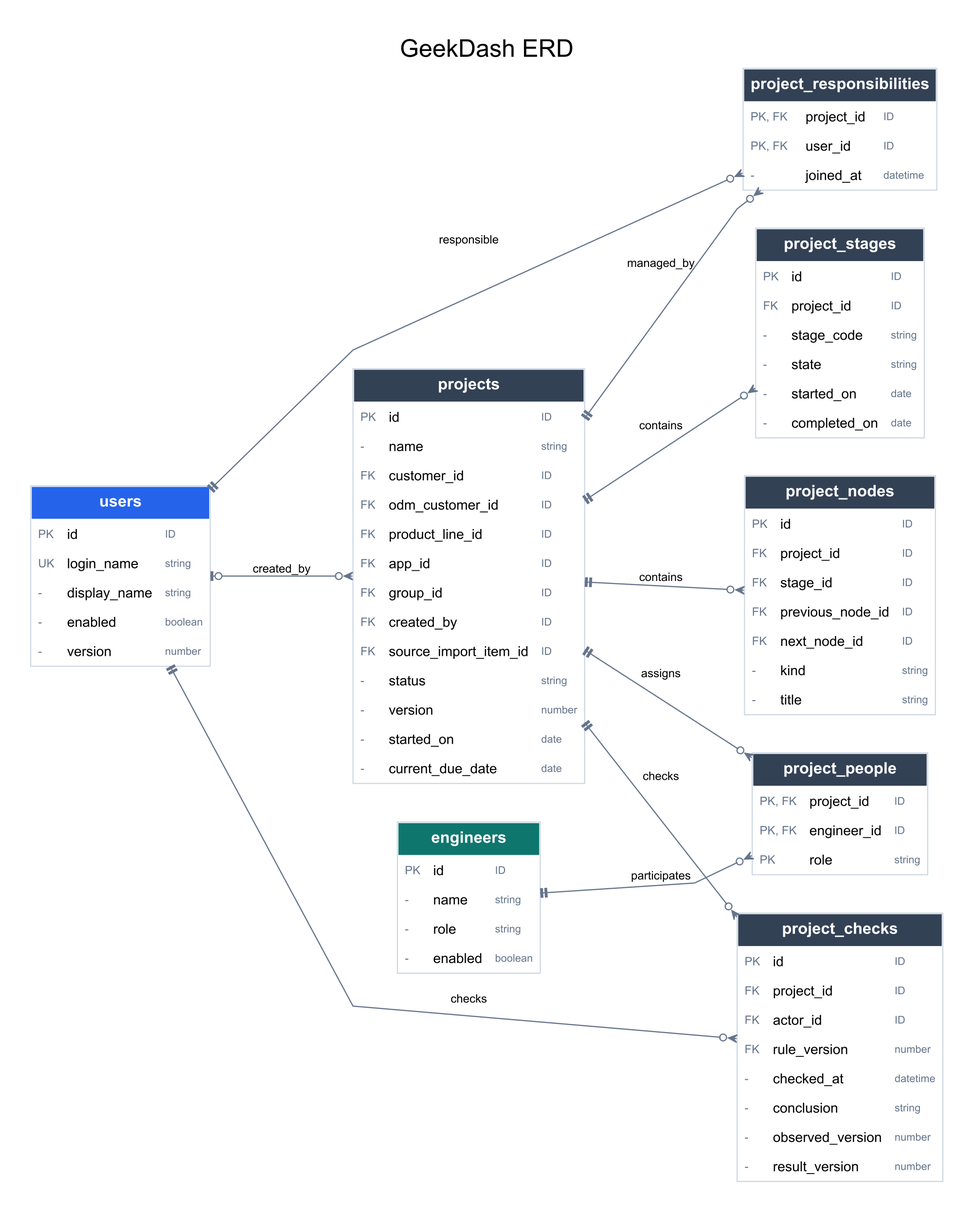
Above: docs/evidence/diagrams/geekdash-core-erd.png in zhilihz/geekdash (Graphviz), before the change. Its source is kept beside it as docs/evidence/diagrams/geekdash-core-erd.dot.
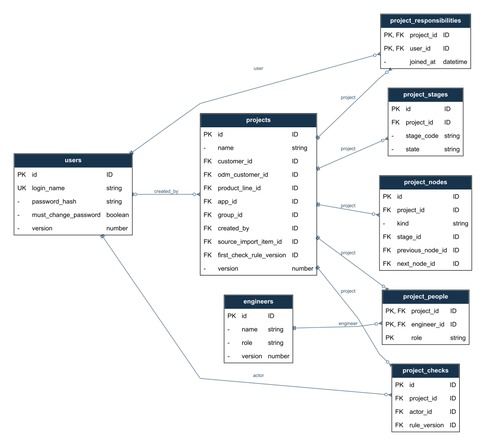
The same file after the commit.

What changed in the source:
```diff
@@ -1,22 +1,22 @@
 digraph ERD {
- graph [rankdir=LR, bgcolor="white", pad="0.4", nodesep="0.5", ranksep="1.1", splines=polyline, fontname="Arial", fontsize=23, labelloc=t, label="GeekDash ERD"];
- node [shape=plain,fontname="Arial"];
- edge [dir=both,arrowsize=0.8,color="#64748b",fontname="Arial",fontsize=11,penwidth=1.1];
-USERS [label=<<TABLE BORDER="1" COLOR="#cbd5e1" CELLBORDER="0" CELLSPACING="0" CELLPADDING="6"><TR><TD COLSPAN="3" BGCOLOR="#2563eb"><FONT COLOR="white" POINT-SIZE="15"><B>users</B></FONT></TD></TR><TR><TD ALIGN="LEFT"><FONT COLOR="#64748b" POINT-SIZE="11">PK</FONT></TD><TD ALIGN="LEFT"><FONT POINT-SIZE="13">id</FONT></TD><TD ALIGN="LEFT"><FONT COLOR="#64748b" POINT-SIZE="10">ID</FONT></TD></TR><TR><TD ALIGN="LEFT"><FONT COLOR="#64748b" POINT-SIZE="11">UK</FONT></TD><TD ALIGN="LEFT"><FONT POINT-SIZE="13">login_name</FONT></TD><TD ALIGN="LEFT"><FONT COLOR="#64748b" POINT-SIZE="10">string</FONT></TD></TR><TR><TD ALIGN="LEFT"><FONT COLOR="#64748b" POINT-SIZE="11">-</FONT></TD><TD ALIGN="LEFT"><FONT POINT-SIZE="13">display_name</FONT></TD><TD ALIGN="LEFT"><FONT COLOR="#64748b" POINT-SIZE="10">string</FONT></TD></TR><TR><TD ALIGN="LEFT"><FONT COLOR="#64748b" POINT-SIZE="11">-</FONT></TD><TD ALIGN="LEFT"><FONT POINT-SIZE="13">enabled</FONT></TD><TD ALIGN="LEFT"><FONT COLOR="#64748b" POINT-SIZE="10">boolean</FONT></TD></TR><TR><TD ALIGN="LEFT"><FONT COLOR="#64748b" POINT-SIZE="11">-</FONT></TD><TD ALIGN="LEFT"><FONT POINT-SIZE="13">version</FONT></TD><TD ALIGN="LEFT"><FONT COLOR="#64748b" POINT-SIZE="10">number</FONT></TD></TR></TABLE>>];
-PROJECT_RESPONSIBILITIES [label=<<TABLE BORDER="1" COLOR="#cbd5e1" CELLBORDER="0" CELLSPACING="0" CELLPADDING="6"><TR><TD COLSPAN="3" BGCOLOR="#334155"><FONT COLOR="white" POINT-SIZE="15"><B>project_responsibilities</B></FONT></TD></TR><TR><TD ALIGN="LEFT"><FONT COLOR="#64748b" POINT-SIZE="11">PK, FK</FONT></TD><TD ALIGN="LEFT"><FONT POINT-SIZE="13">project_id</FONT></TD><TD ALIGN="LEFT"><FONT COLOR="#64748b" POINT-SIZE="10">ID</FONT></TD></TR><TR><TD ALIGN="LEFT"><FONT COLOR="#64748b" POINT-SIZE="11">PK, FK</FONT></TD><TD ALIGN="LEFT"><FONT POINT-SIZE="13">user_id</FONT></TD><TD ALIGN="LEFT"><FONT COLOR="#64748b" POINT-SIZE="10">ID</FONT></TD></TR><TR><TD ALIGN="LEFT"><FONT COLOR="#64748b" POINT-SIZE="11">-</FONT></TD><TD ALIGN="LEFT"><FONT POINT-SIZE="13">joined_at</FONT></TD><TD ALIGN="LEFT"><FONT COLOR="#64748b" POINT-SIZE="10">datetime</FONT></TD></TR></TABLE>>];
-PROJECTS [label=<<TABLE BORDER="1" COLOR="#cbd5e1" CELLBORDER="0" CELLSPACING="0" CELLPADDING="6"><TR><TD COLSPAN="3" BGCOLOR="#334155"><FONT COLOR="white" POINT-SIZE="15"><B>projects</B></FONT></TD></TR><TR><TD ALIGN="LEFT"><FONT COLOR="#64748b" POINT-SIZE="11">PK</FONT></TD><TD ALIGN="LEFT"><FONT POINT-SIZE="13">id</FONT></TD><TD ALIGN="LEFT"><FONT COLOR="#64748b" POINT-SIZE="10">ID</FONT></TD></TR><TR><TD ALIGN="LEFT"><FONT COLOR="#64748b" POINT-SIZE="11">-</FONT></TD><TD ALIGN="LEFT"><FONT POINT-SIZE="13">name</FONT></TD><TD ALIGN="LEFT"><FONT COLOR="#64748b" POINT-SIZE="10">string</FONT></TD></TR><TR><TD ALIGN="LEFT"><FONT COLOR="#64748b" POINT-SIZE="11">FK</FONT></TD><TD ALIGN="LEFT"><FONT POINT-SIZE="13">customer_id</FONT></TD><TD ALIGN="LEFT"><FONT COLOR="#64748b" POINT-SIZE="10">ID</FONT></TD></TR><TR><TD ALIGN="LEFT"><FONT COLOR="#64748b" POINT-SIZE="11">FK</FONT></TD><TD ALIGN="LEFT"><FONT POINT-SIZE="13">odm_customer_id</FONT></TD><TD ALIGN="LEFT"><FONT COLOR="#64748b" POINT-SIZE="10">ID</FONT></TD></TR><TR><TD ALIGN="LEFT"><FONT COLOR="#64748b" POINT-SIZE="11">FK</FONT></TD><TD ALIGN="LEFT"><FONT POINT-SIZE="13">product_line_id</FONT></TD><TD ALIGN="LEFT"><FONT COLOR="#64748b" POINT-SIZE="10">ID</FONT></TD></TR><TR><TD ALIGN="LEFT"><FONT COLOR="#64748b" POINT-SIZE="11">FK</FONT></TD><TD ALIGN="LEFT"><FONT POINT-SIZE="13">app_id</FONT></TD><TD ALIGN="LEFT"><FONT COLOR="#64748b" POINT-SIZE="10">ID</FONT></TD></TR><TR><TD ALIGN="LEFT"><FONT COLOR="#64748b" POINT-SIZE="11">FK</FONT></TD><TD ALIGN="LEFT"><FONT POINT-SIZE="13">group_id</FONT></TD><TD ALIGN="LEFT"><FONT COLOR="#64748b" POINT-SIZE="10">ID</FONT></TD></TR><TR><TD ALIGN="LEFT"><FONT COLOR="#64748b" POINT-SIZE="11">FK</FONT></TD><TD ALIGN="LEFT"><FONT POINT-SIZE="13">created_by</FONT></TD><TD ALIGN="LEFT"><FONT COLOR="#64748b" POINT-SIZE="10">ID</FONT></TD></TR><TR><TD ALIGN="LEFT"><FONT COLOR="#64748b" POINT-SIZE="11">FK</FONT></TD><TD ALIGN="LEFT"><FONT POINT-SIZE="13">source_import_item_id</FONT></TD><TD ALIGN="LEFT"><FONT COLOR="#64748b" POINT-SIZE="10">ID</FONT></TD></TR><TR><TD ALIGN="LEFT"><FONT COLOR="#64748b" POINT-SIZE="11">-</FONT></TD><TD ALIGN="LEFT"><FONT POINT-SIZE="13">status</FONT></TD><TD ALIGN="LEFT"><FONT COLOR="#64748b" POINT-SIZE="10">string</FONT></TD></TR><TR><TD ALIGN="LEFT"><FONT COLOR="#64748b" POINT-SIZE="11">-</FONT></TD><TD ALIGN="LEFT"><FONT POINT-SIZE="13">version</FONT></TD><TD ALIGN="LEFT"><FONT COLOR="#64748b" POINT-SIZE="10">number</FONT></TD></TR><TR><TD ALIGN="LEFT"><FONT COLOR="#64748b" POINT-SIZE="11">-</FONT></TD><TD ALIGN="LEFT"><FONT POINT-SIZE="13">started_on</FONT></TD><TD ALIGN="LEFT"><FONT COLOR="#64748b" POINT-SIZE="10">date</FONT></TD></TR><TR><TD ALIGN="LEFT"><FONT COLOR="#64748b" POINT-SIZE="11">-</FONT></TD><TD ALIGN="LEFT"><FONT POINT-SIZE="13">current_due_date</FONT></TD><TD ALIGN="LEFT"><FONT COLOR="#64748b" POINT-SIZE="10">date</FONT></TD></TR></TABLE>>];
-PROJECT_STAGES [label=<<TABLE BORDER="1" COLOR="#cbd5e1" CELLBORDER="0" CELLSPACING="0" CELLPADDING="6"><TR><TD COLSPAN="3" BGCOLOR="#334155"><FONT COLOR="white" POINT-SIZE="15"><B>project_stages</B></FONT></TD></TR><TR><TD ALIGN="LEFT"><FONT COLOR="#64748b" POINT-SIZE="11">PK</FONT></TD><TD ALIGN="LEFT"><FONT POINT-SIZE="13">id</FONT></TD><TD ALIGN="LEFT"><FONT COLOR="#64748b" POINT-SIZE="10">ID</FONT></TD></TR><TR><TD ALIGN="LEFT"><FONT COLOR="#64748b" POINT-SIZE="11">FK</FONT></TD><TD ALIGN="LEFT"><FONT POINT-SIZE="13">project_id</FONT></TD><TD ALIGN="LEFT"><FONT COLOR="#64748b" POINT-SIZE="10">ID</FONT></TD></TR><TR><TD ALIGN="LEFT"><FONT COLOR="#64748b" POINT-SIZE="11">-</FONT></TD><TD ALIGN="LEFT"><FONT POINT-SIZE="13">stage_code</FONT></TD><TD ALIGN="LEFT"><FONT COLOR="#64748b" POINT-SIZE="10">string</FONT></TD></TR><TR><TD ALIGN="LEFT"><FONT COLOR="#64748b" POINT-SIZE="11">-</FONT></TD><TD ALIGN="LEFT"><FONT POINT-SIZE="13">state</FONT></TD><TD ALIGN="LEFT"><FONT COLOR="#64748b" POINT-SIZE="10">string</FONT></TD></TR><TR><TD ALIGN="LEFT"><FONT COLOR="#64748b" POINT-SIZE="11">-</FONT></TD><TD ALIGN="LEFT"><FONT POINT-SIZE="13">started_on</FONT></TD><TD ALIGN="LEFT"><FONT COLOR="#64748b" POINT-SIZE="10">date</FONT></TD></TR><TR><TD ALIGN="LEFT"><FONT COLOR="#64748b" POINT-SIZE="11">-</FONT></TD><TD ALIGN="LEFT"><FONT POINT-SIZE="13">completed_on</FONT></TD><TD ALIGN="LEFT"><FONT COLOR="#64748b" POINT-SIZE="10">date</FONT></TD></TR></TABLE>>];
-PROJECT_NODES [label=<<TABLE BORDER="1" COLOR="#cbd5e1" CELLBORDER="0" CELLSPACING="0" CELLPADDING="6"><TR><TD COLSPAN="3" BGCOLOR="#334155"><FONT COLOR="white" POINT-SIZE="15"><B>project_nodes</B></FONT></TD></TR><TR><TD ALIGN="LEFT"><FONT COLOR="#64748b" POINT-SIZE="11">PK</FONT></TD><TD ALIGN="LEFT"><FONT POINT-SIZE="13">id</FONT></TD><TD ALIGN="LEFT"><FONT COLOR="#64748b" POINT-SIZE="10">ID</FONT></TD></TR><TR><TD ALIGN="LEFT"><FONT COLOR="#64748b" POINT-SIZE="11">FK</FONT></TD><TD ALIGN="LEFT"><FONT POINT-SIZE="13">project_id</FONT></TD><TD ALIGN="LEFT"><FONT COLOR="#64748b" POINT-SIZE="10">ID</FONT></TD></TR><TR><TD ALIGN="LEFT"><FONT COLOR="#64748b" POINT-SIZE="11">FK</FONT></TD><TD ALIGN="LEFT"><FONT POINT-SIZE="13">stage_id</FONT></TD><TD ALIGN="LEFT"><FONT COLOR="#64748b" POINT-SIZE="10">ID</FONT></TD></TR><TR><TD ALIGN="LEFT"><FONT COLOR="#64748b" POINT-SIZE="11">FK</FONT></TD><TD ALIGN="LEFT"><FONT POINT-SIZE="13">previous_node_id</FONT></TD><TD ALIGN="LEFT"><FONT COLOR="#64748b" POINT-SIZE="10">ID</FONT></TD></TR><TR><TD ALIGN="LEFT"><FONT COLOR="#64748b" POINT-SIZE="11">FK</FONT></TD><TD ALIGN="LEFT"><FONT POINT-SIZE="13">next_node_id</FONT></TD><TD ALIGN="LEFT"><FONT COLOR="#64748b" POINT-SIZE="10">ID</FONT></TD></TR><TR><TD ALIGN="LEFT"><FONT COLOR="#64748b" POINT-SIZE="11">-</FONT></TD><TD ALIGN="LEFT"><FONT POINT-SIZE="13">kind</FONT></TD><TD ALIGN="LEFT"><FONT COLOR="#64748b" POINT-SIZE="10">string</FONT></TD></TR><TR><TD ALIGN="LEFT"><FONT COLOR="#64748b" POINT-SIZE="11">-</FONT></TD><TD ALIGN="LEFT"><FONT POINT-SIZE="13">title</FONT></TD><TD ALIGN="LEFT"><FONT COLOR="#64748b" POINT-SIZE="10">string</FONT></TD></TR></TABLE>>];
-PROJECT_PEOPLE [label=<<TABLE BORDER="1" COLOR="#cbd5e1" CELLBORDER="0" CELLSPACING="0" CELLPADDING="6"><TR><TD COLSPAN="3" BGCOLOR="#334155"><FONT COLOR="white" POINT-SIZE="15"><B>project_people</B></FONT></TD></TR><TR><TD ALIGN="LEFT"><FONT COLOR="#64748b" POINT-SIZE="11">PK, FK</FONT></TD><TD ALIGN="LEFT"><FONT POINT-SIZE="13">project_id</FONT></TD><TD ALIGN="LEFT"><FONT COLOR="#64748b" POINT-SIZE="10">ID</FONT></TD></TR><TR><TD ALIGN="LEFT"><FONT COLOR="#64748b" POINT-SIZE="11">PK, FK</FONT></TD><TD ALIGN="LEFT"><FONT POINT-SIZE="13">engineer_id</FONT></TD><TD ALIGN="LEFT"><FONT COLOR="#64748b" POINT-SIZE="10">ID</FONT></TD></TR><TR><TD ALIGN="LEFT"><FONT COLOR="#64748b" POINT-SIZE="11">PK</FONT></TD><TD ALIGN="LEFT"><FONT POINT-SIZE="13">role</FONT></TD><TD ALIGN="LEFT"><FONT COLOR="#64748b" POINT-SIZE="10">string</FONT></TD></TR></TABLE>>];
-ENGINEERS [label=<<TABLE BORDER="1" COLOR="#cbd5e1" CELLBORDER="0" CELLSPACING="0" CELLPADDING="6"><TR><TD COLSPAN="3" BGCOLOR="#0f766e"><FONT COLOR="white" POINT-SIZE="15"><B>engineers</B></FONT></TD></TR><TR><TD ALIGN="LEFT"><FONT COLOR="#64748b" POINT-SIZE="11">PK</FONT></TD><TD ALIGN="LEFT"><FONT POINT-SIZE="13">id</FONT></TD><TD ALIGN="LEFT"><FONT COLOR="#64748b" POINT-SIZE="10">ID</FONT></TD></TR><TR><TD ALIGN="LEFT"><FONT COLOR="#64748b" POINT-SIZE="11">-</FONT></TD><TD ALIGN="LEFT"><FONT POINT-SIZE="13">name</FONT></TD><TD ALIGN="LEFT"><FONT COLOR="#64748b" POINT-SIZE="10">string</FONT></TD></TR><TR><TD ALIGN="LEFT"><FONT COLOR="#64748b" POINT-SIZE="11">-</FONT></TD><TD ALIGN="LEFT"><FONT POINT-SIZE="13">role</FONT></TD><TD ALIGN="LEFT"><FONT COLOR="#64748b" POINT-SIZE="10">string</FONT></TD></TR><TR><TD ALIGN="LEFT"><FONT COLOR="#64748b" POINT-SIZE="11">-</FONT></TD><TD ALIGN="LEFT"><FONT POINT-SIZE="13">enabled</FONT></TD><TD ALIGN="LEFT"><FONT COLOR="#64748b" POINT-SIZE="10">boolean</FONT></TD></TR></TABLE>>];
-PROJECT_CHECKS [label=<<TABLE BORDER="1" COLOR="#cbd5e1" CELLBORDER="0" CELLSPACING="0" CELLPADDING="6"><TR><TD COLSPAN="3" BGCOLOR="#334155"><FONT COLOR="white" POINT-SIZE="15"><B>project_checks</B></FONT></TD></TR><TR><TD ALIGN="LEFT"><FONT COLOR="#64748b" POINT-SIZE="11">PK</FONT></TD><TD ALIGN="LEFT"><FONT POINT-SIZE="13">id</FONT></TD><TD ALIGN="LEFT"><FONT COLOR="#64748b" POINT-SIZE="10">ID</FONT></TD></TR><TR><TD ALIGN="LEFT"><FONT COLOR="#64748b" POINT-SIZE="11">FK</FONT></TD><TD ALIGN="LEFT"><FONT POINT-SIZE="13">project_id</FONT></TD><TD ALIGN="LEFT"><FONT COLOR="#64748b" POINT-SIZE="10">ID</FONT></TD></TR><TR><TD ALIGN="LEFT"><FONT COLOR="#64748b" POINT-SIZE="11">FK</FONT></TD><TD ALIGN="LEFT"><FONT POINT-SIZE="13">actor_id</FONT></TD><TD ALIGN="LEFT"><FONT COLOR="#64748b" POINT-SIZE="10">ID</FONT></TD></TR><TR><TD ALIGN="LEFT"><FONT COLOR="#64748b" POINT-SIZE="11">FK</FONT></TD><TD ALIGN="LEFT"><FONT POINT-SIZE="13">rule_version</FONT></TD><TD ALIGN="LEFT"><FONT COLOR="#64748b" POINT-SIZE="10">number</FONT></TD></TR><TR><TD ALIGN="LEFT"><FONT COLOR="#64748b" POINT-SIZE="11">-</FONT></TD><TD ALIGN="LEFT"><FONT POINT-SIZE="13">checked_at</FONT></TD><TD ALIGN="LEFT"><FONT COLOR="#64748b" POINT-SIZE="10">datetime</FONT></TD></TR><TR><TD ALIGN="LEFT"><FONT COLOR="#64748b" POINT-SIZE="11">-</FONT></TD><TD ALIGN="LEFT"><FONT POINT-SIZE="13">conclusion</FONT></TD><TD ALIGN="LEFT"><FONT COLOR="#64748b" POINT-SIZE="10">string</FONT></TD></TR><TR><TD ALIGN="LEFT"><FONT COLOR="#64748b" POINT-SIZE="11">-</FONT></TD><TD ALIGN="LEFT"><FONT POINT-SIZE="13">observed_version</FONT></TD><TD ALIGN="LEFT"><FONT COLOR="#64748b" POINT-SIZE="10">number</FONT></TD></TR><TR><TD ALIGN="LEFT"><FONT COLOR="#64748b" POINT-SIZE="11">-</FONT></TD><TD ALIGN="LEFT"><FONT POINT-SIZE="13">result_version</FONT></TD><TD ALIGN="LEFT"><FONT COLOR="#64748b" POINT-SIZE="10">number</FONT></TD></TR></TABLE>>];
-USERS -> PROJECT_RESPONSIBILITIES [arrowtail=teetee,arrowhead=crowodot,label="responsible"];
-PROJECTS -> PROJECT_RESPONSIBILITIES [arrowtail=teetee,arrowhead=crowodot,label="managed_by"];
-USERS -> PROJECTS [arrowtail=teeodot,arrowhead=crowodot,label="created_by"];
-PROJECTS -> PROJECT_STAGES [arrowtail=teetee,arrowhead=crowodot,label="contains"];
-PROJECTS -> PROJECT_NODES [arrowtail=teetee,arrowhead=crowodot,label="contains"];
-PROJECTS -> PROJECT_PEOPLE [arrowtail=teetee,arrowhead=crowodot,label="assigns"];
-ENGINEERS -> PROJECT_PEOPLE [arrowtail=teetee,arrowhead=crowodot,label="participates"];
-PROJECTS -> PROJECT_CHECKS [arrowtail=teetee,arrowhead=crowodot,label="checks"];
-USERS -> PROJECT_CHECKS [arrowtail=teetee,arrowhead=crowodot,label="checks"];
+ graph [rankdir=LR, bgcolor="white", pad="0.4", nodesep="0.55", ranksep="1.25", splines=polyline, outputorder=edgesfirst];
+ node [shape=plain, fontname="Arial", fontsize=13];
+ edge [fontname="Arial", fontsize=10, color="#607c90", fontcolor="#355169", arrowsize=0.7, penwidth=1.2, dir=both];
+  USERS [label=<<TABLE BORDER="1" CELLBORDER="0" CELLSPACING="0" CELLPADDING="6"><TR><TD COLSPAN="3" BGCOLOR="#17344c"><FONT COLOR="white"><B>users</B></FONT></TD></TR><TR><TD ALIGN="LEFT">PK</TD><TD ALIGN="LEFT">id</TD><TD ALIGN="LEFT">ID</TD></TR><TR><TD ALIGN="LEFT">UK</TD><TD ALIGN="LEFT">login_name</TD><TD ALIGN="LEFT">string</TD></TR><TR><TD ALIGN="LEFT">-</TD><TD ALIGN="LEFT">password_hash</TD><TD ALIGN="LEFT">string</TD></TR><TR><TD ALIGN="LEFT">-</TD><TD ALIGN="LEFT">must_change_password</TD><TD ALIGN="LEFT">boolean</TD></TR><TR><TD ALIGN="LEFT">-</TD><TD ALIGN="LEFT">version</TD><TD ALIGN="LEFT">number</TD></TR></TABLE>>];
+  PROJECTS [label=<<TABLE BORDER="1" CELLBORDER="0" CELLSPACING="0" CELLPADDING="6"><TR><TD COLSPAN="3" BGCOLOR="#17344c"><FONT COLOR="white"><B>projects</B></FONT></TD></TR><TR><TD ALIGN="LEFT">PK</TD><TD ALIGN="LEFT">id</TD><TD ALIGN="LEFT">ID</TD></TR><TR><TD ALIGN="LEFT">-</TD><TD ALIGN="LEFT">name</TD><TD ALIGN="LEFT">string</TD></TR><TR><TD ALIGN="LEFT">FK</TD><TD ALIGN="LEFT">customer_id</TD><TD ALIGN="LEFT">ID</TD></TR><TR><TD ALIGN="LEFT">FK</TD><TD ALIGN="LEFT">odm_customer_id</TD><TD ALIGN="LEFT">ID</TD></TR><TR><TD ALIGN="LEFT">FK</TD><TD ALIGN="LEFT">product_line_id</TD><TD ALIGN="LEFT">ID</TD></TR><TR><TD ALIGN="LEFT">FK</TD><TD ALIGN="LEFT">app_id</TD><TD ALIGN="LEFT">ID</TD></TR><TR><TD ALIGN="LEFT">FK</TD><TD ALIGN="LEFT">group_id</TD><TD ALIGN="LEFT">ID</TD></TR><TR><TD ALIGN="LEFT">FK</TD><TD ALIGN="LEFT">created_by</TD><TD ALIGN="LEFT">ID</TD></TR><TR><TD ALIGN="LEFT">FK</TD><TD ALIGN="LEFT">source_import_item_id</TD><TD ALIGN="LEFT">ID</TD></TR><TR><TD ALIGN="LEFT">FK</TD><TD ALIGN="LEFT">first_check_rule_version</TD><TD ALIGN="LEFT">ID</TD></TR><TR><TD ALIGN="LEFT">-</TD><TD ALIGN="LEFT">version</TD><TD ALIGN="LEFT">number</TD></TR></TABLE>>];
+  PROJECT_RESPONSIBILITIES [label=<<TABLE BORDER="1" CELLBORDER="0" CELLSPACING="0" CELLPADDING="6"><TR><TD COLSPAN="3" BGCOLOR="#17344c"><FONT COLOR="white"><B>project_responsibilities</B></FONT></TD></TR><TR><TD ALIGN="LEFT">PK, FK</TD><TD ALIGN="LEFT">project_id</TD><TD ALIGN="LEFT">ID</TD></TR><TR><TD ALIGN="LEFT">PK, FK</TD><TD ALIGN="LEFT">user_id</TD><TD ALIGN="LEFT">ID</TD></TR><TR><TD ALIGN="LEFT">-</TD><TD ALIGN="LEFT">joined_at</TD><TD ALIGN="LEFT">datetime</TD></TR></TABLE>>];
+  PROJECT_STAGES [label=<<TABLE BORDER="1" CELLBORDER="0" CELLSPACING="0" CELLPADDING="6"><TR><TD COLSPAN="3" BGCOLOR="#17344c"><FONT COLOR="white"><B>project_stages</B></FONT></TD></TR><TR><TD ALIGN="LEFT">PK</TD><TD ALIGN="LEFT">id</TD><TD ALIGN="LEFT">ID</TD></TR><TR><TD ALIGN="LEFT">FK</TD><TD ALIGN="LEFT">project_id</TD><TD ALIGN="LEFT">ID</TD></TR><TR><TD ALIGN="LEFT">-</TD><TD ALIGN="LEFT">stage_code</TD><TD ALIGN="LEFT">string</TD></TR><TR><TD ALIGN="LEFT">-</TD><TD ALIGN="LEFT">state</TD><TD ALIGN="LEFT">string</TD></TR></TABLE>>];
+  PROJECT_NODES [label=<<TABLE BORDER="1" CELLBORDER="0" CELLSPACING="0" CELLPADDING="6"><TR><TD COLSPAN="3" BGCOLOR="#17344c"><FONT COLOR="white"><B>project_nodes</B></FONT></TD></TR><TR><TD ALIGN="LEFT">PK</TD><TD ALIGN="LEFT">id</TD><TD ALIGN="LEFT">ID</TD></TR><TR><TD ALIGN="LEFT">FK</TD><TD ALIGN="LEFT">project_id</TD><TD ALIGN="LEFT">ID</TD></TR><TR><TD ALIGN="LEFT">-</TD><TD ALIGN="LEFT">kind</TD><TD ALIGN="LEFT">string</TD></TR><TR><TD ALIGN="LEFT">FK</TD><TD ALIGN="LEFT">stage_id</TD><TD ALIGN="LEFT">ID</TD></TR><TR><TD ALIGN="LEFT">FK</TD><TD ALIGN="LEFT">previous_node_id</TD><TD ALIGN="LEFT">ID</TD></TR><TR><TD ALIGN="LEFT">FK</TD><TD ALIGN="LEFT">next_node_id</TD><TD ALIGN="LEFT">ID</TD></TR></TABLE>>];
+  PROJECT_PEOPLE [label=<<TABLE BORDER="1" CELLBORDER="0" CELLSPACING="0" CELLPADDING="6"><TR><TD COLSPAN="3" BGCOLOR="#17344c"><FONT COLOR="white"><B>project_people</B></FONT></TD></TR><TR><TD ALIGN="LEFT">PK, FK</TD><TD ALIGN="LEFT">project_id</TD><TD ALIGN="LEFT">ID</TD></TR><TR><TD ALIGN="LEFT">PK, FK</TD><TD ALIGN="LEFT">engineer_id</TD><TD ALIGN="LEFT">ID</TD></TR><TR><TD ALIGN="LEFT">PK</TD><TD ALIGN="LEFT">role</TD><TD ALIGN="LEFT">string</TD></TR></TABLE>>];
+  ENGINEERS [label=<<TABLE BORDER="1" CELLBORDER="0" CELLSPACING="0" CELLPADDING="6"><TR><TD COLSPAN="3" BGCOLOR="#17344c"><FONT COLOR="white"><B>engineers</B></FONT></TD></TR><TR><TD ALIGN="LEFT">PK</TD><TD ALIGN="LEFT">id</TD><TD ALIGN="LEFT">ID</TD></TR><TR><TD ALIGN="LEFT">-</TD><TD ALIGN="LEFT">name</TD><TD ALIGN="LEFT">string</TD></TR><TR><TD ALIGN="LEFT">-</TD><TD ALIGN="LEFT">role</TD><TD ALIGN="LEFT">string</TD></TR><TR><TD ALIGN="LEFT">-</TD><TD ALIGN="LEFT">version</TD><TD ALIGN="LEFT">number</TD></TR></TABLE>>];
+  PROJECT_CHECKS [label=<<TABLE BORDER="1" CELLBORDER="0" CELLSPACING="0" CELLPADDING="6"><TR><TD COLSPAN="3" BGCOLOR="#17344c"><FONT COLOR="white"><B>project_checks</B></FONT></TD></TR><TR><TD ALIGN="LEFT">PK</TD><TD ALIGN="LEFT">id</TD><TD ALIGN="LEFT">ID</TD></TR><TR><TD ALIGN="LEFT">FK</TD><TD ALIGN="LEFT">project_id</TD><TD ALIGN="LEFT">ID</TD></TR><TR><TD ALIGN="LEFT">FK</TD><TD ALIGN="LEFT">actor_id</TD><TD ALIGN="LEFT">ID</TD></TR><TR><TD ALIGN="LEFT">FK</TD><TD ALIGN="LEFT">rule_version</TD><TD ALIGN="LEFT">ID</TD></TR></TABLE>>];
+  USERS -> PROJECTS [label="created_by", arrowtail="teeodot", arrowhead="crowodot"];
+  PROJECTS -> PROJECT_RESPONSIBILITIES [label="project", arrowtail="teetee", arrowhead="crowodot"];
+  USERS -> PROJECT_RESPONSIBILITIES [label="user", arrowtail="teetee", arrowhead="crowodot"];
+  PROJECTS -> PROJECT_STAGES [label="project", arrowtail="teetee", arrowhead="crowodot"];
+  PROJECTS -> PROJECT_NODES [label="project", arrowtail="teetee", arrowhead="crowodot"];
+  PROJECTS -> PROJECT_PEOPLE [label="project", arrowtail="teetee", arrowhead="crowodot"];
+  ENGINEERS -> PROJECT_PEOPLE [label="engineer", arrowtail="teetee", arrowhead="crowodot"];
+  PROJECTS -> PROJECT_CHECKS [label="project", arrowtail="teetee", arrowhead="crowodot"];
+  USERS -> PROJECT_CHECKS [label="actor", arrowtail="teetee", arrowhead="crowodot"];
 }
```
